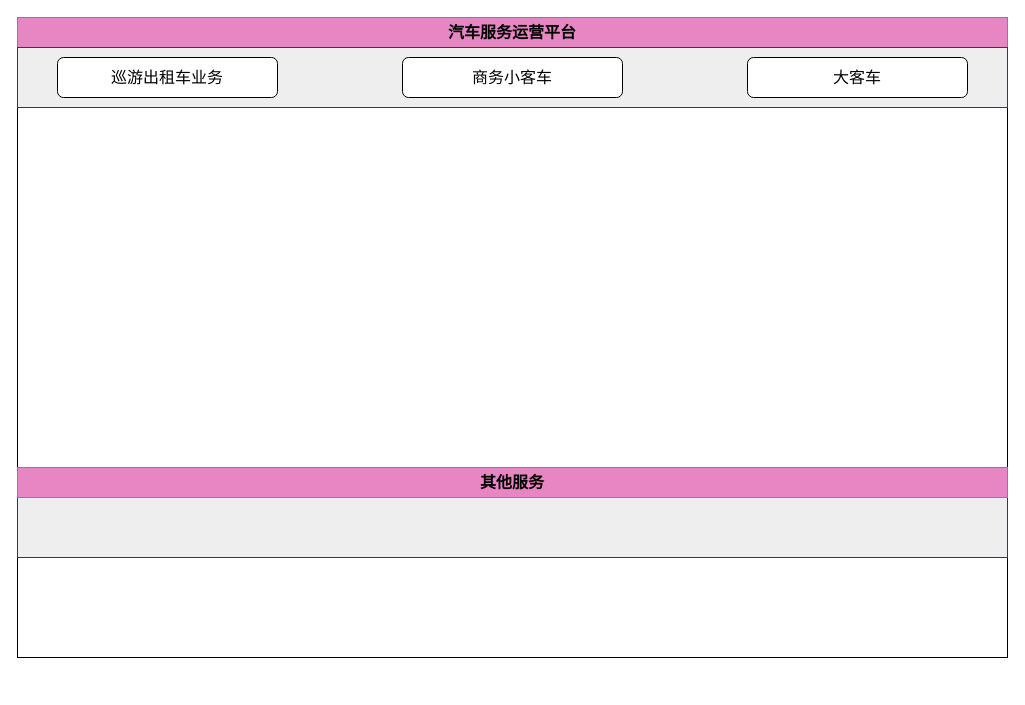
ammengke/my-drawio keeps this draw.io diagram as 汽车公司业务流程图.drawio. Above is the earlier version. Source tidied: cells renumbered, new cells numbered last; positions are measured from the earlier drawing's top-left corner, leaving out a move shared by most shapes. Both pictures are drawn from the tidied source at 100%, with x=0, y=0 at pixel (17, 17).
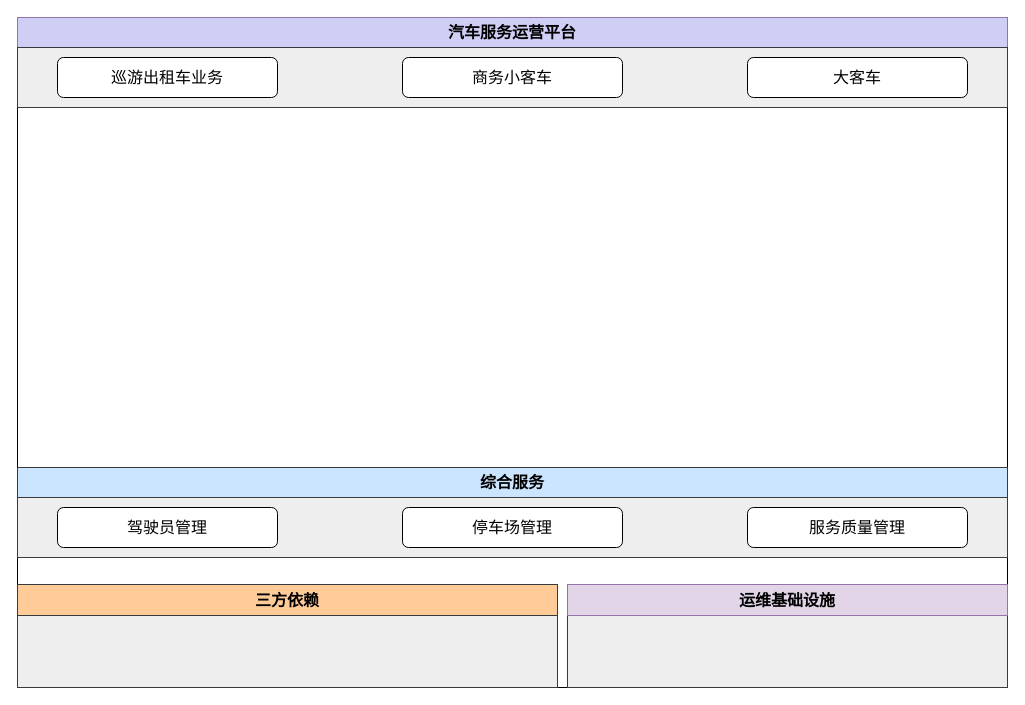
Above is the later version.

Commit message (it also covers changes not shown here):
更新汽车公司业务流程图.drawio

What changed in the source:
```diff
@@
 <mxGraphModel>
   <root>
     <mxCell id="0" />
     <mxCell id="1" parent="0" />
     <mxCell id="2" style="rounded=0;whiteSpace=wrap;html=1;" parent="1" vertex="1">
-      <mxGeometry width="990" height="640" as="geometry" />
+      <mxGeometry width="990" height="670" as="geometry" />
     </mxCell>
-    <mxCell id="3" value="汽车服务运营平台" style="rounded=0;whiteSpace=wrap;html=1;fillColor=#E786C3;strokeColor=#9673a6;fontStyle=1;fontSize=16;" parent="1" vertex="1">
+    <mxCell id="3" value="汽车服务运营平台" style="rounded=0;whiteSpace=wrap;html=1;fillColor=#CFCEF5;strokeColor=#9673a6;fontStyle=1;fontSize=16;" parent="1" vertex="1">
       <mxGeometry width="990" height="30" as="geometry" />
     </mxCell>
     <mxCell id="4" style="rounded=0;whiteSpace=wrap;html=1;fontSize=16;fillColor=#eeeeee;strokeColor=#36393d;" parent="1" vertex="1">
       <mxGeometry y="30" width="990" height="60" as="geometry" />
     </mxCell>
     <mxCell id="5" value="巡游出租车业务" style="rounded=1;whiteSpace=wrap;html=1;fontSize=16;" parent="1" vertex="1">
       <mxGeometry x="40" y="40" width="220" height="40" as="geometry" />
     </mxCell>
     <mxCell id="6" value="商务小客车" style="rounded=1;whiteSpace=wrap;html=1;fontSize=16;" parent="1" vertex="1">
       <mxGeometry x="385" y="40" width="220" height="40" as="geometry" />
     </mxCell>
     <mxCell id="7" value="大客车" style="rounded=1;whiteSpace=wrap;html=1;fontSize=16;" parent="1" vertex="1">
       <mxGeometry x="730" y="40" width="220" height="40" as="geometry" />
     </mxCell>
     <mxCell id="8" style="rounded=0;whiteSpace=wrap;html=1;fontSize=16;fillColor=#eeeeee;strokeColor=#36393d;" parent="1" vertex="1">
       <mxGeometry y="480" width="990" height="60" as="geometry" />
     </mxCell>
-    <mxCell id="9" value="其他服务" style="rounded=0;whiteSpace=wrap;html=1;fillColor=#E786C3;strokeColor=#9673a6;fontStyle=1;fontSize=16;" parent="1" vertex="1">
+    <mxCell id="9" value="综合服务" style="rounded=0;whiteSpace=wrap;html=1;fillColor=#cce5ff;strokeColor=#36393d;fontStyle=1;fontSize=16;" parent="1" vertex="1">
       <mxGeometry y="450" width="990" height="30" as="geometry" />
     </mxCell>
+    <mxCell id="10" value="驾驶员管理" style="rounded=1;whiteSpace=wrap;html=1;fontSize=16;" parent="1" vertex="1">
+      <mxGeometry x="40" y="490" width="220" height="40" as="geometry" />
+    </mxCell>
+    <mxCell id="11" value="停车场管理" style="rounded=1;whiteSpace=wrap;html=1;fontSize=16;" parent="1" vertex="1">
+      <mxGeometry x="385" y="490" width="220" height="40" as="geometry" />
+    </mxCell>
+    <mxCell id="12" value="服务质量管理" style="rounded=1;whiteSpace=wrap;html=1;fontSize=16;" parent="1" vertex="1">
+      <mxGeometry x="730" y="490" width="220" height="40" as="geometry" />
+    </mxCell>
+    <mxCell id="13" style="rounded=0;whiteSpace=wrap;html=1;fontSize=16;fillColor=#eeeeee;strokeColor=#36393d;" parent="1" vertex="1">
+      <mxGeometry y="597" width="540" height="73" as="geometry" />
+    </mxCell>
+    <mxCell id="14" value="三方依赖" style="rounded=0;whiteSpace=wrap;html=1;fillColor=#ffcc99;strokeColor=#36393d;fontStyle=1;fontSize=16;" parent="1" vertex="1">
+      <mxGeometry y="567" width="540" height="31" as="geometry" />
+    </mxCell>
+    <mxCell id="15" style="rounded=0;whiteSpace=wrap;html=1;fontSize=16;fillColor=#eeeeee;strokeColor=#36393d;" parent="1" vertex="1">
+      <mxGeometry x="550" y="597" width="440" height="73" as="geometry" />
+    </mxCell>
+    <mxCell id="16" value="运维基础设施" style="rounded=0;whiteSpace=wrap;html=1;fillColor=#e1d5e7;strokeColor=#9673a6;fontStyle=1;fontSize=16;" parent="1" vertex="1">
+      <mxGeometry x="550" y="567" width="440" height="31" as="geometry" />
+    </mxCell>
   </root>
 </mxGraphModel>
```
